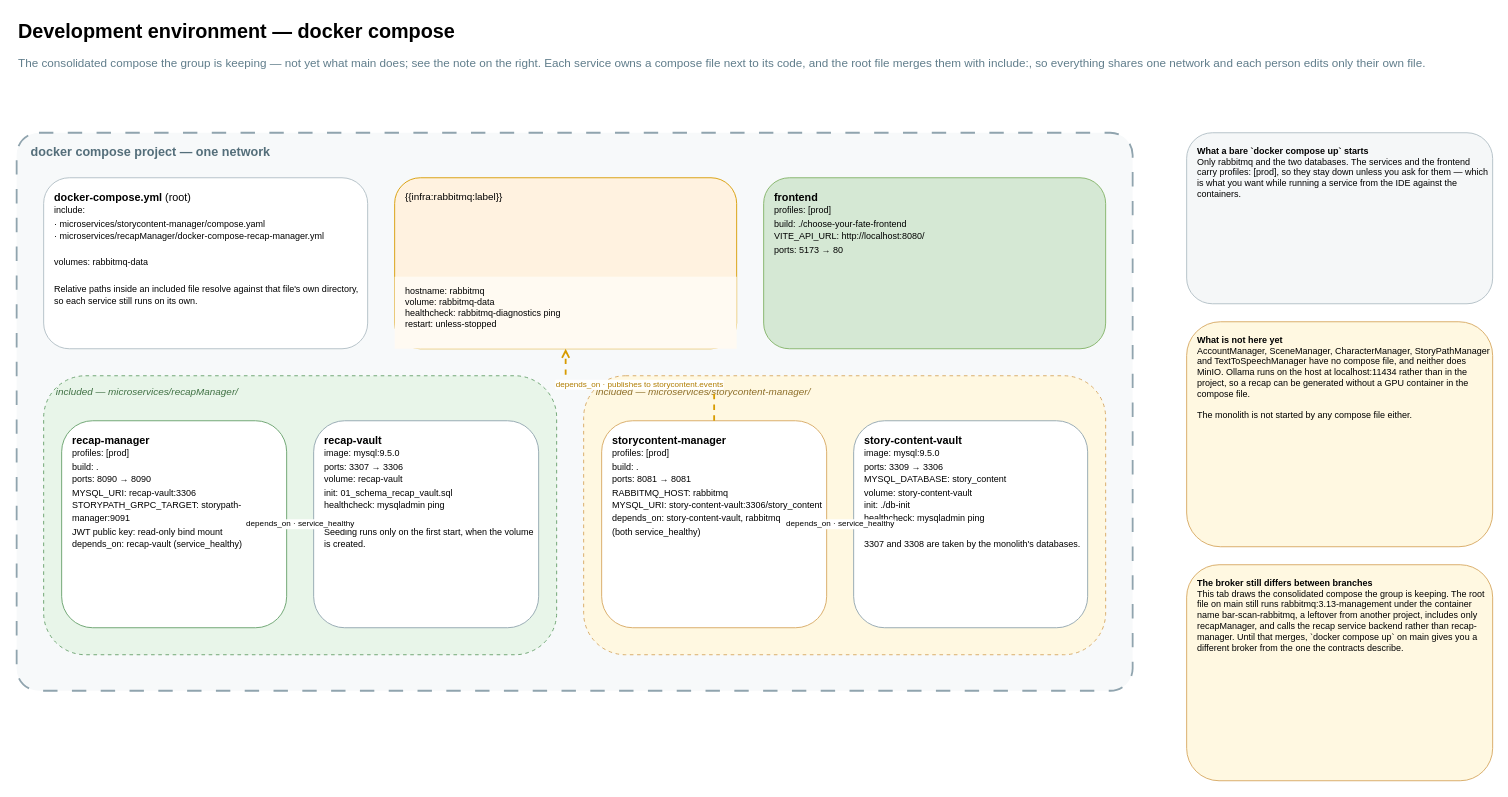
Grupp2B-Spam/RPG_Choose_Your_Fate_Sem2 keeps this draw.io diagram as page "Development environment — docker compose" (4 of 7) of docs/architecture/architecture.template.drawio. Above is the earlier version. Source tidied: cells renumbered, new cells numbered last; positions are measured from the earlier drawing's top-left corner, leaving out a move shared by most shapes. Both pictures are drawn from the tidied source at 90%, with x=0, y=0 at pixel (16, 15).
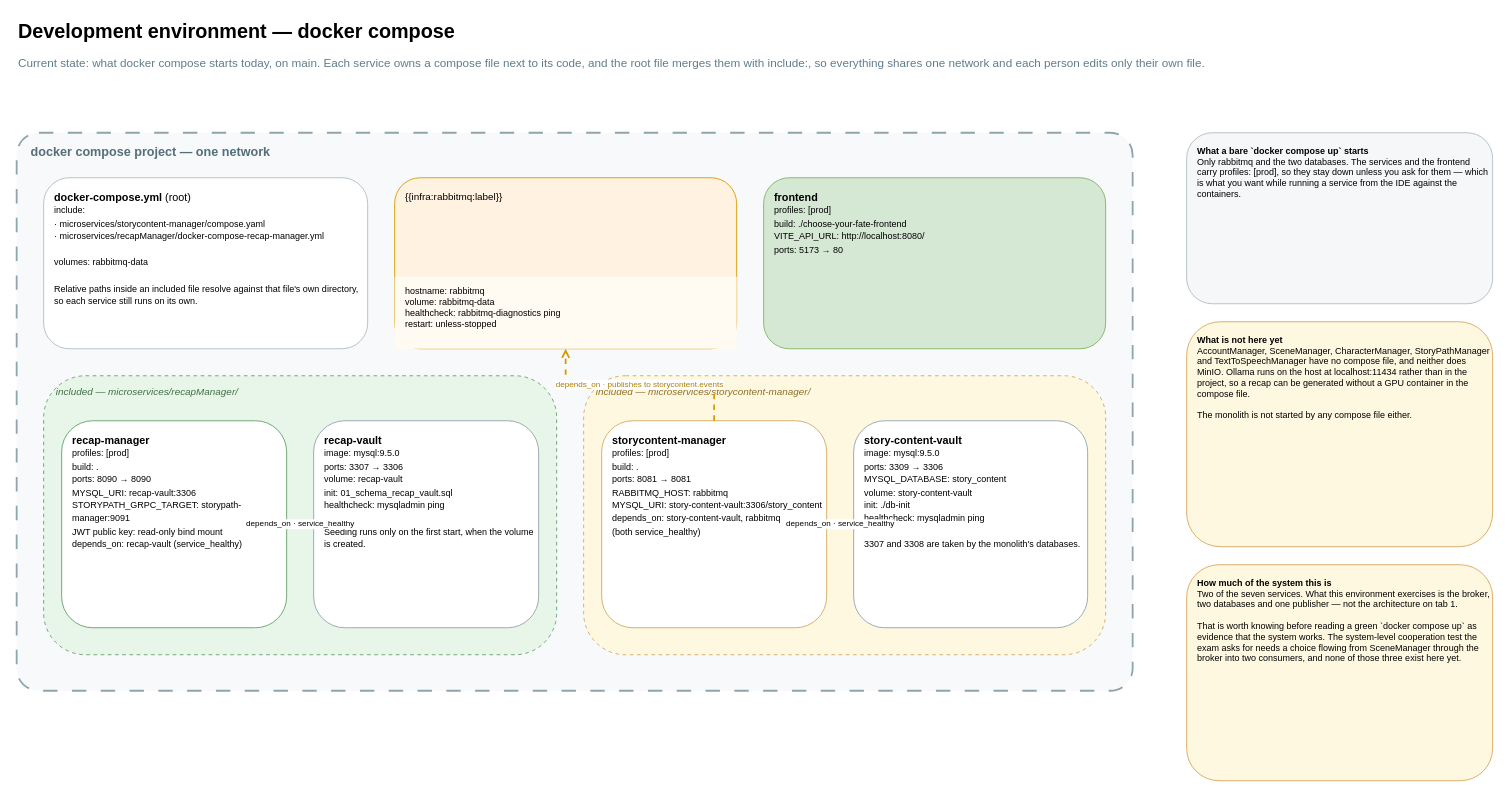
The same page after the edit.

Commit message (it also covers changes not shown here):
docs(architecture): bring the diagram up to the merged main

What changed in the source:
```diff
@@
-    <mxCell id="3" value="The consolidated compose the group is keeping — not yet what main does; see the note on the right. Each service owns a compose file next to its code, and the root file merges them with include:, so everything shares one network and each person edits only their own file." style="text;html=1;fontSize=13;fontColor=#607d8b;align=left;verticalAlign=middle;" parent="1" vertex="1">
+    <mxCell id="3" value="Current state: what docker compose starts today, on main. Each service owns a compose file next to its code, and the root file merges them with include:, so everything shares one network and each person edits only their own file." style="text;html=1;fontSize=13;fontColor=#607d8b;align=left;verticalAlign=middle;" parent="1" vertex="1">
       <mxGeometry y="40" width="1400" height="24" as="geometry" />
     </mxCell>
@@
-    <mxCell id="21" value="&lt;b&gt;The broker still differs between branches&lt;/b&gt;&lt;br&gt;This tab draws the consolidated compose the group is keeping. The root file on main still runs rabbitmq:3.13-management under the container name bar-scan-rabbitmq, a leftover from another project, includes only recapManager, and calls the recap service backend rather than recap-manager. Until that merges, `docker compose up` on main gives you a different broker from the one the contracts describe." style="rounded=1;whiteSpace=wrap;html=1;fillColor=#fff8e1;strokeColor=#d6a860;align=left;verticalAlign=top;spacingLeft=10;spacingTop=8;fontSize=10;" parent="1" vertex="1">
+    <mxCell id="21" value="&lt;b&gt;How much of the system this is&lt;/b&gt;&lt;br&gt;Two of the seven services. What this environment exercises is the broker, two databases and one publisher — not the architecture on tab 1.&lt;br&gt;&lt;br&gt;That is worth knowing before reading a green `docker compose up` as evidence that the system works. The system-level cooperation test the exam asks for needs a choice flowing from SceneManager through the broker into two consumers, and none of those three exist here yet." style="rounded=1;whiteSpace=wrap;html=1;fillColor=#fff8e1;strokeColor=#d6a860;align=left;verticalAlign=top;spacingLeft=10;spacingTop=8;fontSize=10;" parent="1" vertex="1">
       <mxGeometry x="1300" y="610" width="340" height="240" as="geometry" />
     </mxCell>
```
